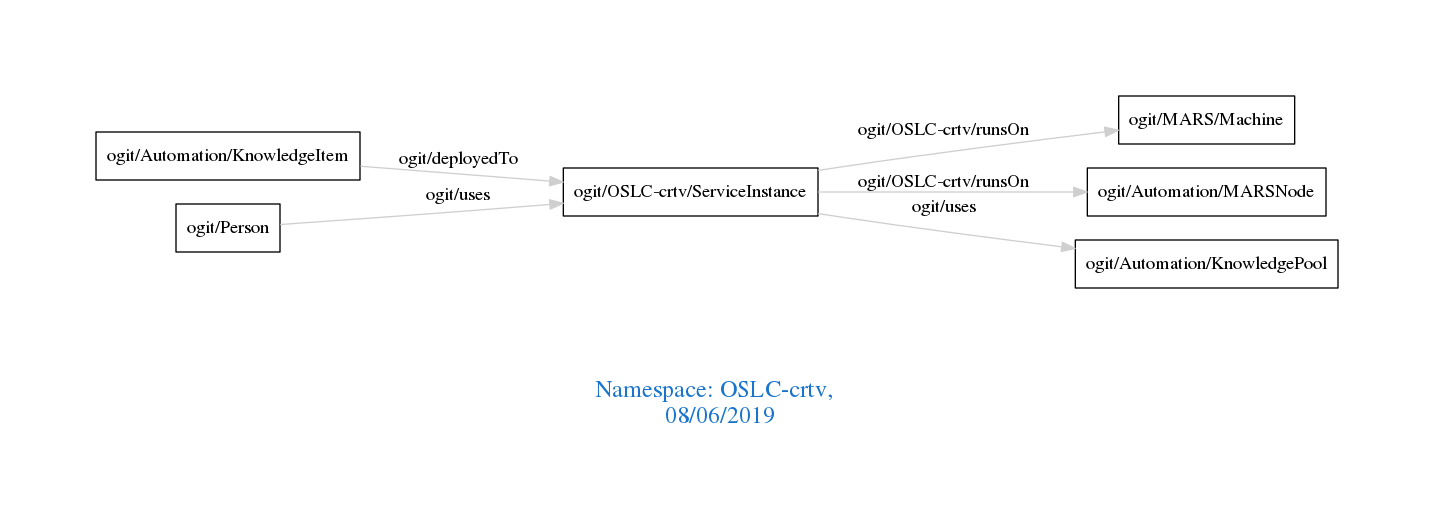
Above: downloads/OSLC-crtv.png in arago/OGIT (Graphviz), before the change. Its source is kept beside it as downloads/OSLC-crtv.dot. Its diagram source:
```dot
digraph OGIT_ontology {
 graph [ rankdir= LR,pad=1
fontsize = 18,
fontcolor= dodgerblue3,label = "\n\n\nNamespace: OSLC-crtv, \n 08/06/2019"];
node[shape=polygon];
edge [  color="gray81"];

   "ogit/Automation/KnowledgeItem" -> "ogit/OSLC-crtv/ServiceInstance" [label="   ogit/deployedTo    "];
   "ogit/OSLC-crtv/ServiceInstance" -> "ogit/MARS/Machine" [label="   ogit/OSLC-crtv/runsOn    "];
   "ogit/OSLC-crtv/ServiceInstance" -> "ogit/Automation/MARSNode" [label="   ogit/OSLC-crtv/runsOn    "];
   "ogit/OSLC-crtv/ServiceInstance" -> "ogit/Automation/KnowledgePool" [label="   ogit/uses    "];
   "ogit/Person" -> "ogit/OSLC-crtv/ServiceInstance" [label="   ogit/uses    "];
}
```
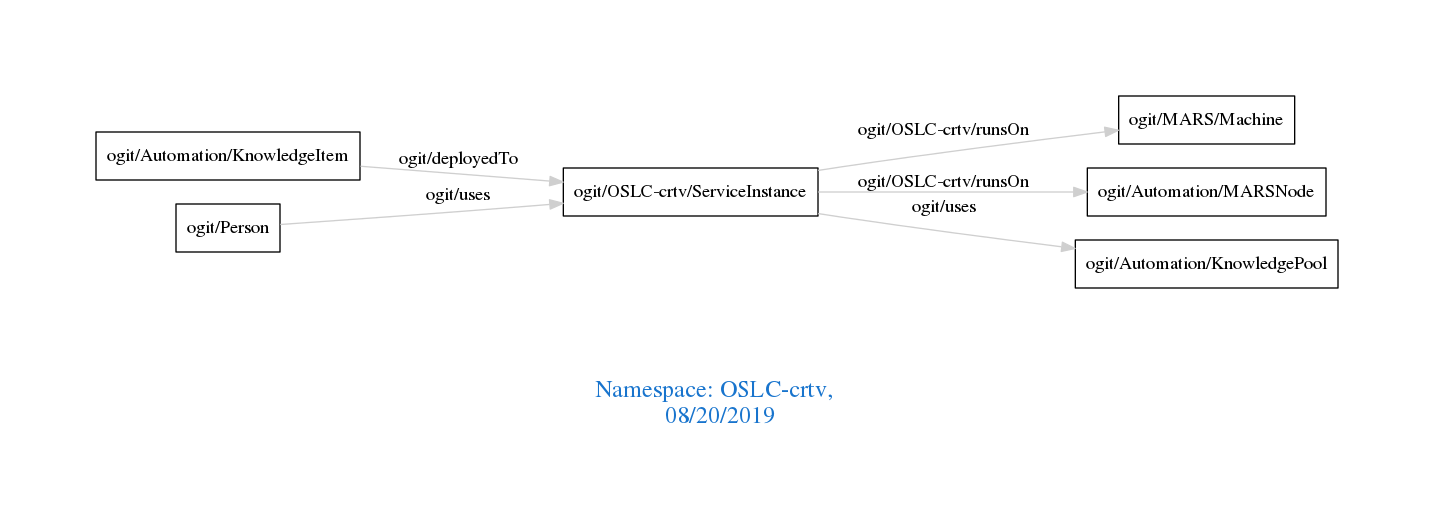
Above is the later version.

What changed in the source:
```diff
@@ -1,7 +1,7 @@
 digraph OGIT_ontology {
  graph [ rankdir= LR,pad=1
 fontsize = 18,
-fontcolor= dodgerblue3,label = "\n\n\nNamespace: OSLC-crtv, \n 08/06/2019"];
+fontcolor= dodgerblue3,label = "\n\n\nNamespace: OSLC-crtv, \n 08/20/2019"];
 node[shape=polygon];
 edge [  color="gray81"];
 
```
